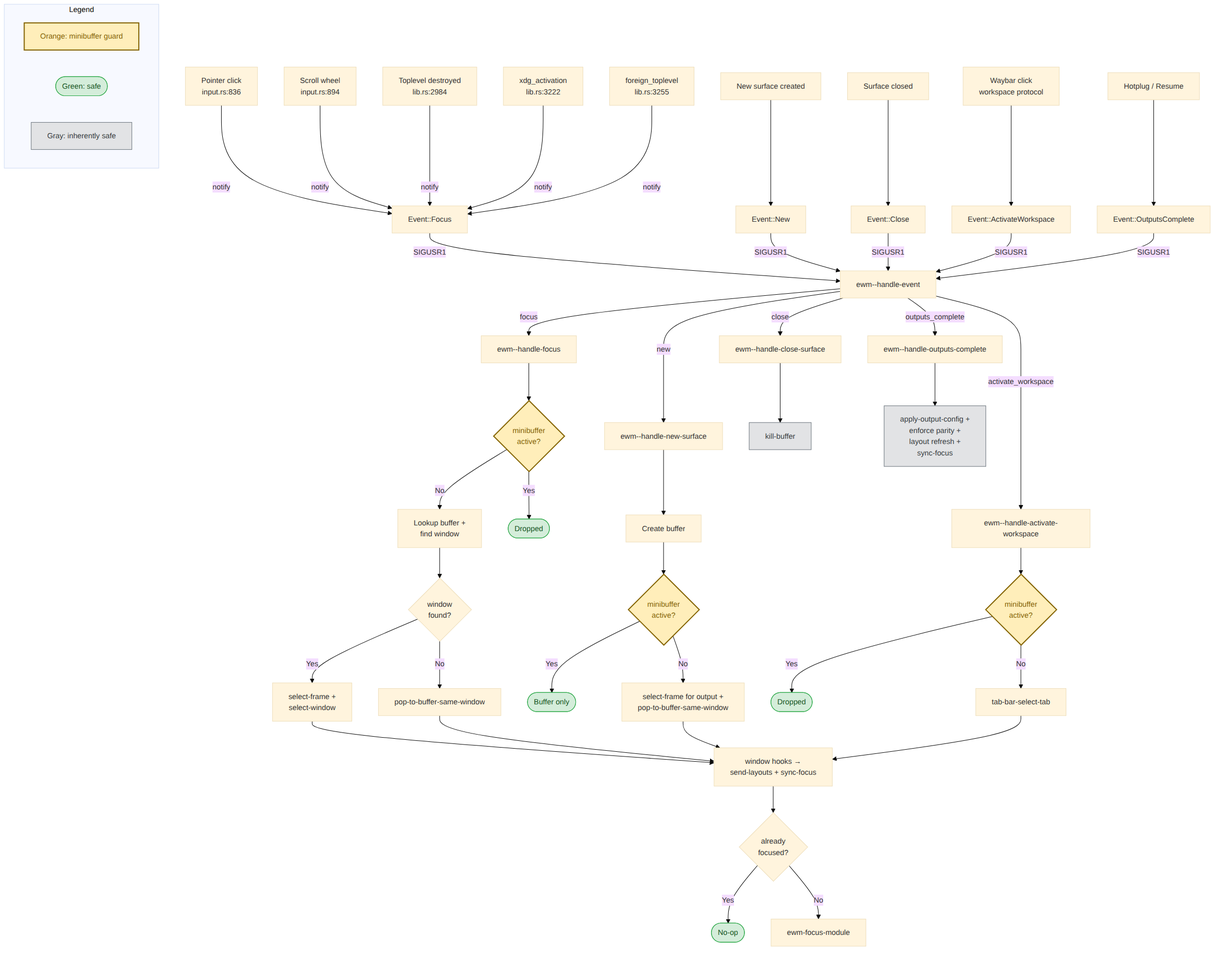
This is docs/refocus-diagram.png from ezemtsov/ewm, a Mermaid export, as it was before one commit. Its source is kept beside it as docs/refocus-diagram.mmd.
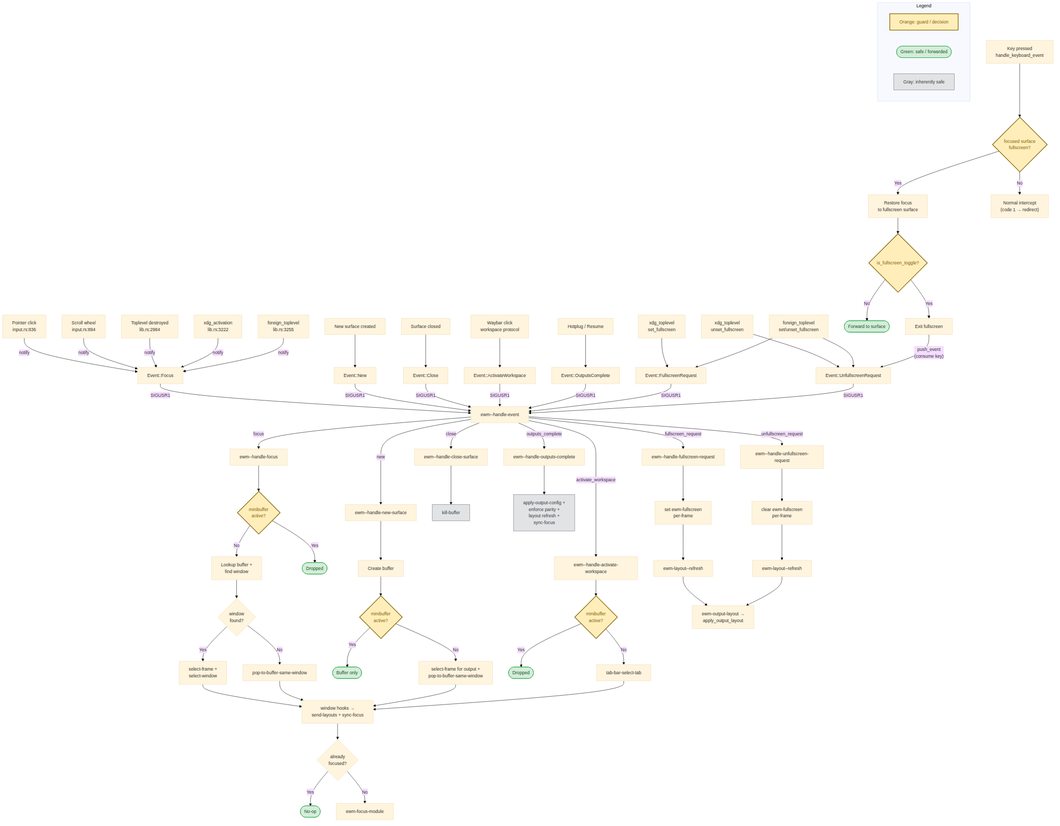
After the change.

Commit message:
feat(fullscreen): per-window fullscreen with multi-output support

Diff of the diagram source:
```diff
@@ -9,12 +9,17 @@
     closesurface_src["Surface closed"]
     waybar_src["Waybar click<br/>workspace protocol"]
     hotplug_src["Hotplug / Resume"]
+    xdg_fs_req["xdg_toplevel<br/>set_fullscreen"]
+    xdg_unfs_req["xdg_toplevel<br/>unset_fullscreen"]
+    foreign_fs["foreign_toplevel<br/>set/unset_fullscreen"]
 
     focusev["Event::Focus"]
     newev["Event::New"]
     closeev["Event::Close"]
     wsev["Event::ActivateWorkspace"]
     outev["Event::OutputsComplete"]
+    fsev["Event::FullscreenRequest"]
+    unfsev["Event::UnfullscreenRequest"]
 
     click_src -->|notify| focusev
     scroll_src -->|notify| focusev
@@ -25,12 +30,18 @@
     closesurface_src --> closeev
     waybar_src --> wsev
     hotplug_src --> outev
+    xdg_fs_req --> fsev
+    xdg_unfs_req --> unfsev
+    foreign_fs --> fsev
+    foreign_fs --> unfsev
 
     focusev -->|SIGUSR1| dispatch
     newev -->|SIGUSR1| dispatch
     closeev -->|SIGUSR1| dispatch
     wsev -->|SIGUSR1| dispatch
     outev -->|SIGUSR1| dispatch
+    fsev -->|SIGUSR1| dispatch
+    unfsev -->|SIGUSR1| dispatch
 
     dispatch["ewm--handle-event"]
 
@@ -39,6 +50,8 @@
     dispatch -->|close| hclose["ewm--handle-close-surface"]
     dispatch -->|activate_workspace| hws["ewm--handle-activate-workspace"]
     dispatch -->|outputs_complete| hout["ewm--handle-outputs-complete"]
+    dispatch -->|fullscreen_request| hfs["ewm--handle-fullscreen-request"]
+    dispatch -->|unfullscreen_request| hunfs["ewm--handle-unfullscreen-request"]
 
     focus_guard{"minibuffer<br/>active?"}:::guard
     focus_drop(["Dropped"]):::safe
@@ -72,10 +85,34 @@
     hclose --> killbuf["kill-buffer"]:::muted
     hout --> parity["apply-output-config +<br/>enforce parity +<br/>layout refresh +<br/>sync-focus"]:::muted
 
+    hfs --> set_param["set ewm-fullscreen<br/>per-frame"]
+    set_param --> refresh_fs["ewm-layout--refresh"]
+    refresh_fs --> layout_send["ewm-output-layout →<br/>apply_output_layout"]
+
+    hunfs --> clear_param["clear ewm-fullscreen<br/>per-frame"]
+    clear_param --> refresh_unfs["ewm-layout--refresh"]
+    refresh_unfs --> layout_send
+
+
+    keypress["Key pressed<br/>handle_keyboard_event"]
+    fs_check{"focused surface<br/>fullscreen?"}:::guard
+    fs_restore["Restore focus<br/>to fullscreen surface"]
+    fs_toggle_check{"is_fullscreen_toggle?"}:::guard
+    fs_forward(["Forward to surface"]):::safe
+    fs_exit["Exit fullscreen"]
+
+    keypress --> fs_check
+    fs_check -->|No| normal_intercept["Normal intercept<br/>(code 1 → redirect)"]
+    fs_check -->|Yes| fs_restore
+    fs_restore --> fs_toggle_check
+    fs_toggle_check -->|Yes| fs_exit
+    fs_toggle_check -->|No| fs_forward
+    fs_exit -->|"push_event<br/>(consume key)"| unfsev
+
     subgraph Legend
         direction LR
-        leg_guard["Orange: minibuffer guard"]:::guard
-        leg_safe(["Green: safe"]):::safe
+        leg_guard["Orange: guard / decision"]:::guard
+        leg_safe(["Green: safe / forwarded"]):::safe
         leg_muted["Gray: inherently safe"]:::muted
     end
 
```
